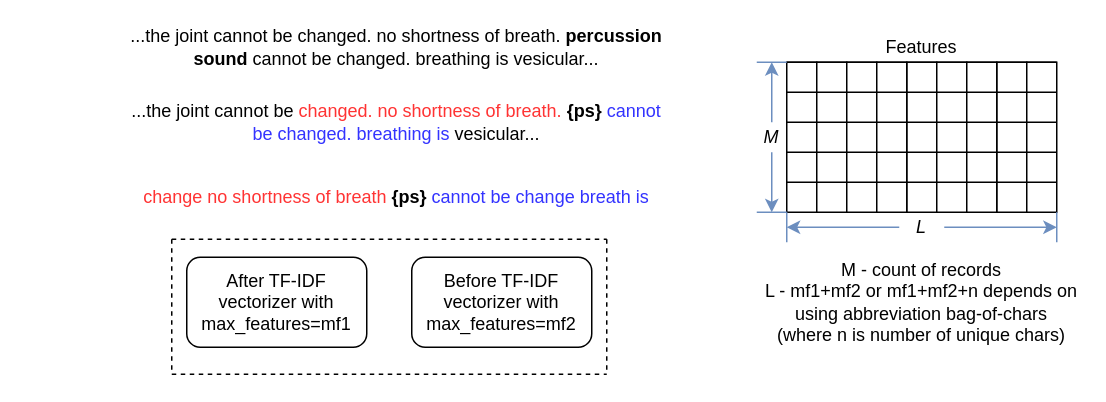
Above: data/Untitled Diagram.drawio in EgorovM/abbreviations_decode (draw.io), before the change. Source tidied: cells renumbered, new cells numbered last; positions are measured from the earlier drawing's top-left corner, leaving out a move shared by most shapes. Both pictures are drawn from the tidied source at 150%, with x=0, y=0 at pixel (126, 32).
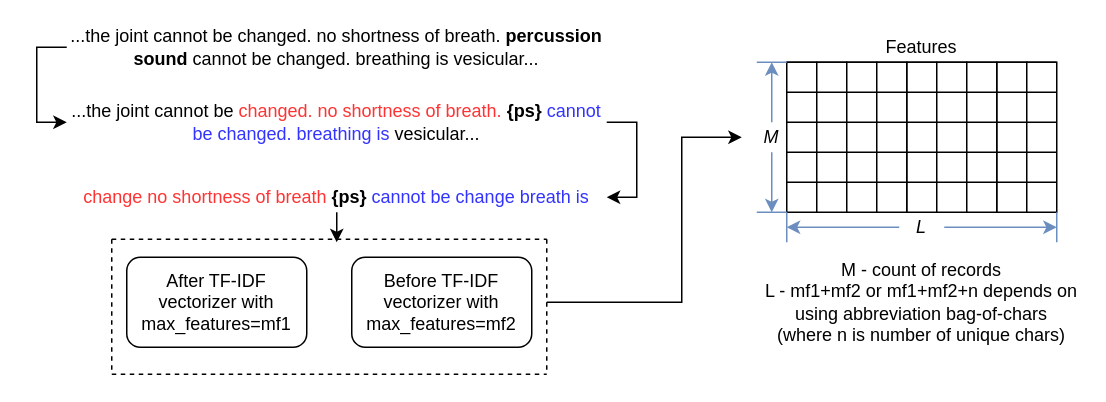
After the change.

The change refers to these unchanged cells:
```xml
<mxCell id="30" value="&lt;i&gt;M&lt;/i&gt;" style="text;html=1;strokeColor=none;fillColor=none;align=center;verticalAlign=middle;whiteSpace=wrap;rounded=0;" parent="1" vertex="1">
  <mxGeometry x="410" y="60" width="40" height="20" as="geometry" />
</mxCell>
```

The edit, as a diff of the source:
```diff
@@
+    <mxCell id="37" style="edgeStyle=orthogonalEdgeStyle;rounded=0;jettySize=auto;html=1;exitX=0;exitY=0.5;exitDx=0;exitDy=0;entryX=0;entryY=0.5;entryDx=0;entryDy=0;" parent="1" edge="1" source="2" target="3">
+      <mxGeometry relative="1" as="geometry" />
+    </mxCell>
     <mxCell id="2" value="...the joint cannot be changed. no shortness of breath. &lt;b&gt;percussion sound&lt;/b&gt; cannot be changed. breathing is vesicular..." style="text;html=1;strokeColor=none;fillColor=none;align=center;verticalAlign=middle;whiteSpace=wrap;rounded=0;" parent="1" vertex="1">
-      <mxGeometry width="360" height="20" as="geometry" />
+      <mxGeometry x="-40" width="360" height="20" as="geometry" />
     </mxCell>
+    <mxCell id="38" style="edgeStyle=orthogonalEdgeStyle;rounded=0;jettySize=auto;html=1;exitX=1;exitY=0.5;exitDx=0;exitDy=0;entryX=1;entryY=0.5;entryDx=0;entryDy=0;strokeColor=#000000;" parent="1" edge="1" source="3" target="4">
+      <mxGeometry relative="1" as="geometry" />
+    </mxCell>
     <mxCell id="3" value="...the joint cannot be &lt;font color=&quot;#ff3333&quot;&gt;changed. no shortness of breath.&lt;/font&gt;&lt;b&gt;&lt;font color=&quot;#ff3333&quot;&gt;&amp;nbsp;&lt;/font&gt;{ps}&lt;/b&gt; &lt;font color=&quot;#3333ff&quot;&gt;cannot be changed. breathing is&lt;/font&gt; vesicular..." style="text;html=1;strokeColor=none;fillColor=none;align=center;verticalAlign=middle;whiteSpace=wrap;rounded=0;" parent="1" vertex="1">
-      <mxGeometry y="50" width="360" height="20" as="geometry" />
+      <mxGeometry x="-40" y="50" width="360" height="20" as="geometry" />
     </mxCell>
+    <mxCell id="39" style="edgeStyle=orthogonalEdgeStyle;rounded=0;jettySize=auto;html=1;exitX=0.5;exitY=1;exitDx=0;exitDy=0;strokeColor=#000000;" parent="1" edge="1" source="4">
+      <mxGeometry relative="1" as="geometry">
+        <mxPoint x="140" y="140" as="targetPoint" />
+      </mxGeometry>
+    </mxCell>
     <mxCell id="4" value="&lt;font color=&quot;#ff3333&quot;&gt;change no shortness of breath&lt;/font&gt;&amp;nbsp;&lt;b&gt;{ps}&lt;/b&gt; &lt;font color=&quot;#3333ff&quot;&gt;cannot be change breath is&lt;/font&gt;" style="text;html=1;strokeColor=none;fillColor=none;align=center;verticalAlign=middle;whiteSpace=wrap;rounded=0;" parent="1" vertex="1">
-      <mxGeometry y="100" width="360" height="20" as="geometry" />
+      <mxGeometry x="-40" y="100" width="360" height="20" as="geometry" />
     </mxCell>
     <mxCell id="5" value="After TF-IDF vectorizer with max_features=mf1" style="rounded=1;whiteSpace=wrap;html=1;" parent="1" vertex="1">
-      <mxGeometry x="40" y="150" width="120" height="60" as="geometry" />
+      <mxGeometry y="150" width="120" height="60" as="geometry" />
     </mxCell>
+    <mxCell id="40" style="edgeStyle=orthogonalEdgeStyle;rounded=0;jettySize=auto;html=1;entryX=0;entryY=0.5;entryDx=0;entryDy=0;strokeColor=#000000;" parent="1" edge="1" target="30">
+      <mxGeometry relative="1" as="geometry">
+        <mxPoint x="280" y="180" as="sourcePoint" />
+        <Array as="points">
+          <mxPoint x="370" y="180" />
+          <mxPoint x="370" y="70" />
+        </Array>
+      </mxGeometry>
+    </mxCell>
     <mxCell id="6" value="Before TF-IDF vectorizer with max_features=mf2" style="rounded=1;whiteSpace=wrap;html=1;" parent="1" vertex="1">
-      <mxGeometry x="190" y="150" width="120" height="60" as="geometry" />
+      <mxGeometry x="150" y="150" width="120" height="60" as="geometry" />
     </mxCell>
     <mxCell id="7" style="endArrow=none;dashed=1;html=1;" parent="1" edge="1">
       <mxGeometry relative="1" as="geometry">
-        <mxPoint x="320" y="225" as="sourcePoint" />
-        <mxPoint x="320" y="135" as="targetPoint" />
+        <mxPoint x="280" y="225" as="sourcePoint" />
+        <mxPoint x="280" y="135" as="targetPoint" />
       </mxGeometry>
     </mxCell>
     <mxCell id="8" style="endArrow=none;dashed=1;html=1;" parent="1" edge="1">
       <mxGeometry relative="1" as="geometry">
-        <mxPoint x="30" y="225" as="sourcePoint" />
-        <mxPoint x="30" y="135" as="targetPoint" />
+        <mxPoint x="-10" y="225" as="sourcePoint" />
+        <mxPoint x="-10" y="135" as="targetPoint" />
       </mxGeometry>
     </mxCell>
     <mxCell id="9" style="endArrow=none;dashed=1;html=1;" parent="1" edge="1">
       <mxGeometry relative="1" as="geometry">
-        <mxPoint x="30" y="228" as="sourcePoint" />
-        <mxPoint x="320" y="228" as="targetPoint" />
+        <mxPoint x="-10" y="228" as="sourcePoint" />
+        <mxPoint x="280" y="228" as="targetPoint" />
       </mxGeometry>
     </mxCell>
     <mxCell id="10" style="endArrow=none;dashed=1;html=1;" parent="1" edge="1">
       <mxGeometry relative="1" as="geometry">
-        <mxPoint x="30" y="138" as="sourcePoint" />
-        <mxPoint x="320" y="138" as="targetPoint" />
+        <mxPoint x="-10" y="138" as="sourcePoint" />
+        <mxPoint x="280" y="138" as="targetPoint" />
       </mxGeometry>
     </mxCell>
```
